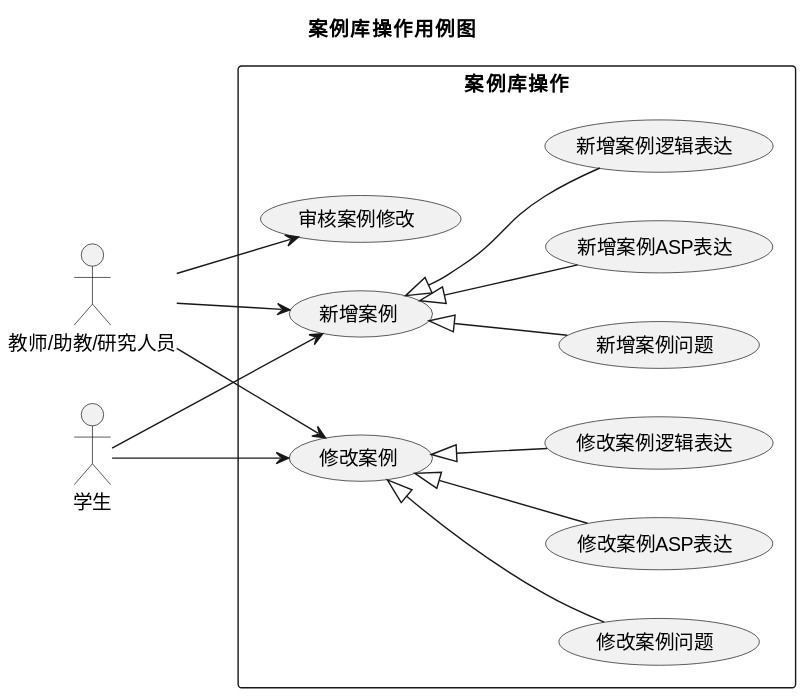
Before: platform-design/design-docs/out/my-usecase-design-v1/案例库操作用例图.svg, a diagram exported from PlantUML (reaLJR/Logical-thinking-and-programming).
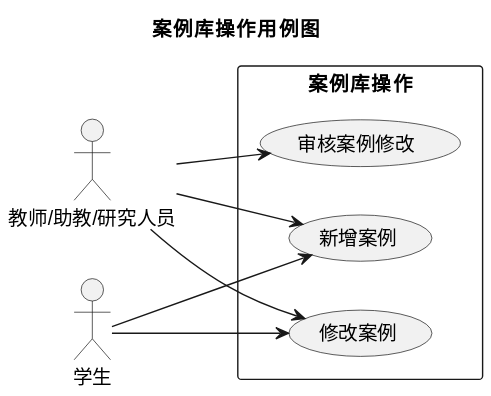
Above is the later version.

Diff of the diagram source:
```diff
@@ -11,14 +11,6 @@
     usecase (新增案例) as addCase
     usecase (修改案例) as editCase
     usecase (审核案例修改) as checkCaseEdit
-
-    usecase (新增案例问题) as addCaseQuestion
-    usecase (新增案例ASP表达) as addCaseAsp
-    usecase (新增案例逻辑表达) as addCaseLogic
-
-    usecase (修改案例问题) as editCaseQuestion
-    usecase (修改案例ASP表达) as editCaseAsp
-    usecase (修改案例逻辑表达) as editCaseLogic
 }
 
 teacherAndAssistantAndExpert --> addCase
@@ -27,12 +19,4 @@
 
 student --> addCase
 student --> editCase
-
-addCase <|-- addCaseQuestion
-addCase <|-- addCaseAsp
-addCase <|-- addCaseLogic
-
-editCase <|-- editCaseQuestion
-editCase <|-- editCaseAsp
-editCase <|-- editCaseLogic
 @enduml
```
